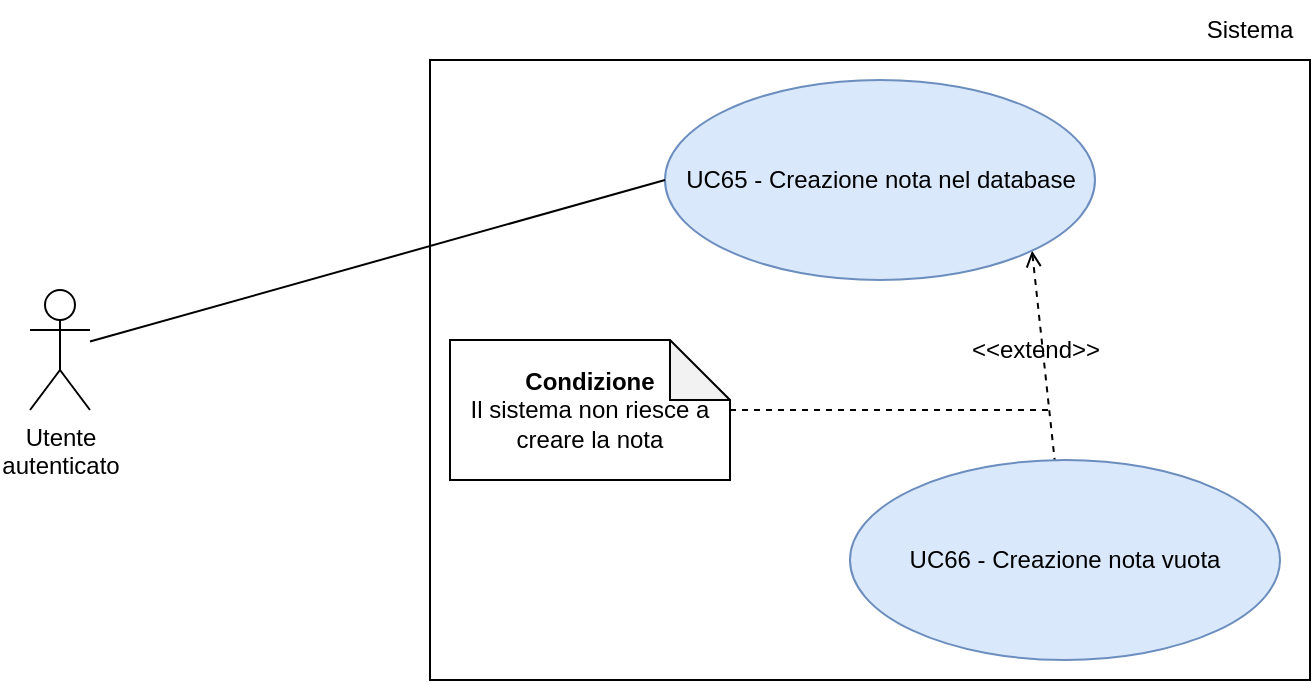
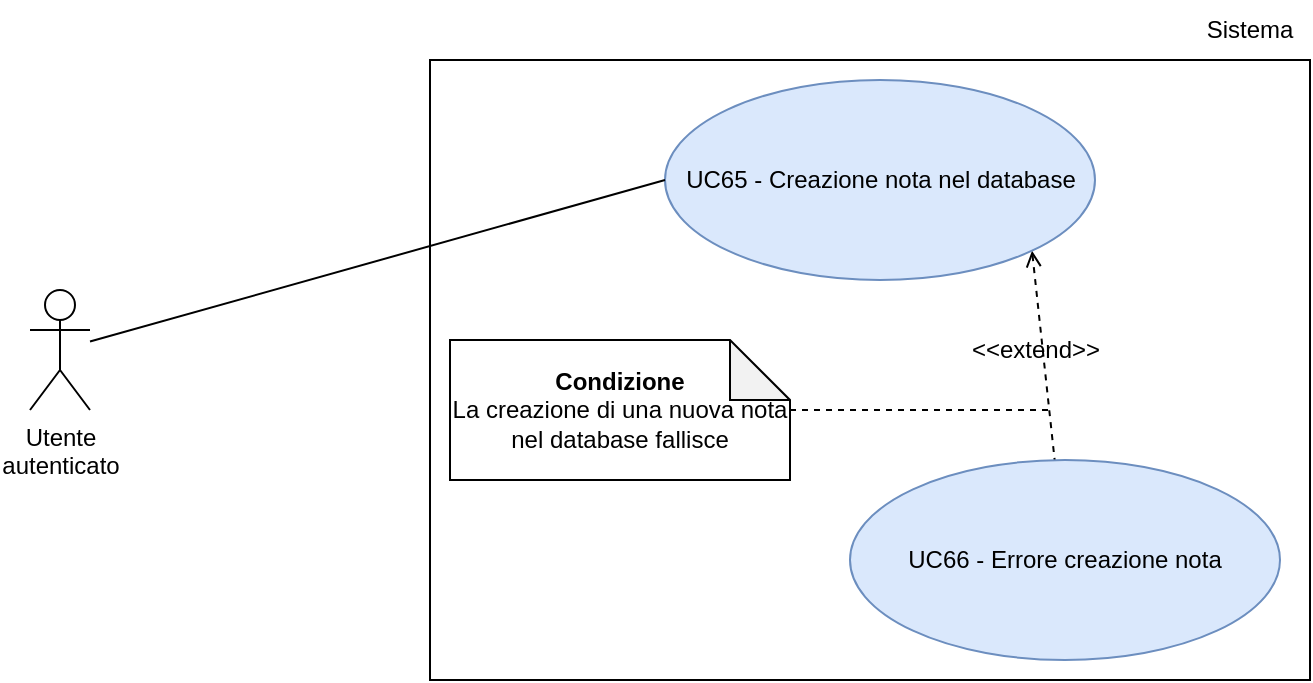
<mxfile host="Electron" agent="Mozilla/5.0 (Macintosh; Intel Mac OS X 10_15_7) AppleWebKit/537.36 (KHTML, like Gecko) draw.io/29.6.6 Chrome/144.0.7559.236 Electron/40.8.4 Safari/537.36" version="29.6.6">
  <diagram name="Page-1" id="4xtho81ADt9NAkVEL4nd">
    <mxGraphModel dx="976" dy="656" grid="1" gridSize="10" guides="1" tooltips="1" connect="1" arrows="1" fold="1" page="1" pageScale="1" pageWidth="850" pageHeight="1100" math="0" shadow="0">
      <root>
        <mxCell id="0" />
        <mxCell id="1" parent="0" />
        <mxCell id="StCBPmpuHo7DJ7ayqhCM-1" parent="1" style="rounded=0;whiteSpace=wrap;html=1;" value="" vertex="1">
          <mxGeometry height="310" width="440" x="310" y="220" as="geometry" />
        </mxCell>
        <mxCell id="StCBPmpuHo7DJ7ayqhCM-8" edge="1" parent="1" source="StCBPmpuHo7DJ7ayqhCM-2" style="rounded=0;orthogonalLoop=1;jettySize=auto;html=1;exitX=1;exitY=1;exitDx=0;exitDy=0;dashed=1;startArrow=open;startFill=0;endArrow=none;endFill=0;" target="StCBPmpuHo7DJ7ayqhCM-7">
          <mxGeometry relative="1" as="geometry" />
        </mxCell>
        <mxCell id="StCBPmpuHo7DJ7ayqhCM-2" parent="1" style="ellipse;whiteSpace=wrap;html=1;fillColor=#dae8fc;strokeColor=#6c8ebf;" value="UC65 - Creazione nota nel database" vertex="1">
          <mxGeometry height="100" width="215" x="427.5" y="230" as="geometry" />
        </mxCell>
        <mxCell id="StCBPmpuHo7DJ7ayqhCM-4" edge="1" parent="1" source="StCBPmpuHo7DJ7ayqhCM-3" style="rounded=0;orthogonalLoop=1;jettySize=auto;html=1;endArrow=none;endFill=0;entryX=0;entryY=0.5;entryDx=0;entryDy=0;" target="StCBPmpuHo7DJ7ayqhCM-2">
          <mxGeometry relative="1" as="geometry" />
        </mxCell>
        <mxCell id="StCBPmpuHo7DJ7ayqhCM-3" parent="1" style="shape=umlActor;verticalLabelPosition=bottom;verticalAlign=top;html=1;outlineConnect=0;" value="Utente&lt;div&gt;autenticato&lt;/div&gt;" vertex="1">
          <mxGeometry height="60" width="30" x="110" y="335" as="geometry" />
        </mxCell>
        <mxCell id="StCBPmpuHo7DJ7ayqhCM-5" parent="1" style="text;html=1;whiteSpace=wrap;strokeColor=none;fillColor=none;align=center;verticalAlign=middle;rounded=0;" value="Sistema" vertex="1">
          <mxGeometry height="30" width="60" x="690" y="190" as="geometry" />
        </mxCell>
-         <mxCell id="StCBPmpuHo7DJ7ayqhCM-7" parent="1" style="ellipse;whiteSpace=wrap;html=1;fillColor=#dae8fc;strokeColor=#6c8ebf;" value="UC66 - Creazione nota vuota" vertex="1">
+         <mxCell id="StCBPmpuHo7DJ7ayqhCM-7" parent="1" style="ellipse;whiteSpace=wrap;html=1;fillColor=#dae8fc;strokeColor=#6c8ebf;" value="UC66 - Errore creazione nota" vertex="1">
          <mxGeometry height="100" width="215" x="520" y="420" as="geometry" />
        </mxCell>
        <mxCell id="StCBPmpuHo7DJ7ayqhCM-12" edge="1" parent="1" source="StCBPmpuHo7DJ7ayqhCM-9" style="edgeStyle=orthogonalEdgeStyle;rounded=0;orthogonalLoop=1;jettySize=auto;html=1;endArrow=none;endFill=0;dashed=1;">
          <mxGeometry relative="1" as="geometry">
            <mxPoint x="620" y="395" as="targetPoint" />
          </mxGeometry>
        </mxCell>
-         <mxCell id="StCBPmpuHo7DJ7ayqhCM-9" parent="1" style="shape=note;whiteSpace=wrap;html=1;backgroundOutline=1;darkOpacity=0.05;" value="&lt;b&gt;Condizione&lt;/b&gt;&lt;div&gt;Il sistema non riesce a creare la nota&lt;/div&gt;" vertex="1">
-           <mxGeometry height="70" width="140" x="320" y="360" as="geometry" />
+         <mxCell id="StCBPmpuHo7DJ7ayqhCM-9" parent="1" style="shape=note;whiteSpace=wrap;html=1;backgroundOutline=1;darkOpacity=0.05;" value="&lt;b&gt;Condizione&lt;/b&gt;&lt;div&gt;La creazione di una nuova nota nel database fallisce&lt;/div&gt;" vertex="1">
+           <mxGeometry height="70" width="170" x="320" y="360" as="geometry" />
        </mxCell>
        <mxCell id="StCBPmpuHo7DJ7ayqhCM-10" parent="1" style="text;html=1;whiteSpace=wrap;strokeColor=none;fillColor=none;align=center;verticalAlign=middle;rounded=0;" value="&amp;lt;&amp;lt;extend&amp;gt;&amp;gt;" vertex="1">
          <mxGeometry height="30" width="60" x="582.5" y="350" as="geometry" />
        </mxCell>
      </root>
    </mxGraphModel>
  </diagram>
</mxfile>
